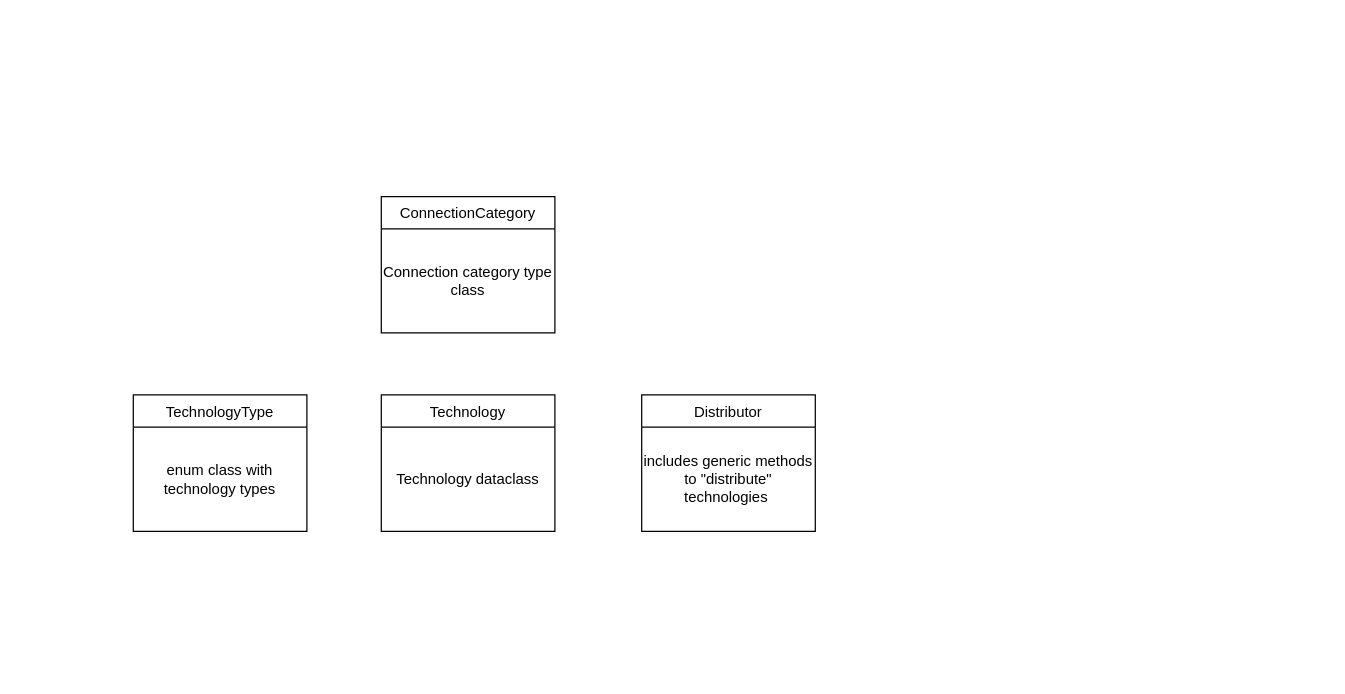
Before: Untitled Diagram.drawio in rubenverweij/std_setiam_uml, a draw.io diagram. Source tidied: cells renumbered, new cells numbered last; positions are measured from the earlier drawing's top-left corner, leaving out a move shared by most shapes. Both pictures are drawn from the tidied source at 124%, with x=0, y=0 at pixel (133, 196).
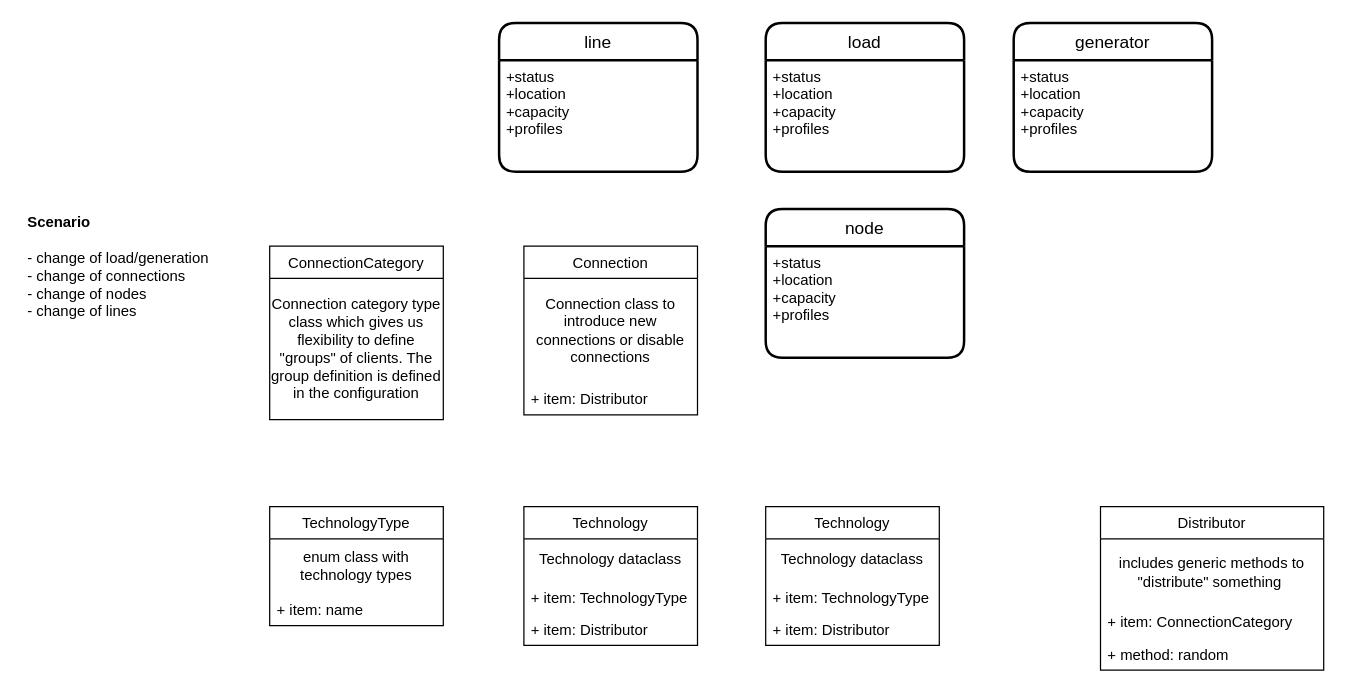
Above is the later version.

The edit, as a diff of the source:
```diff
@@
     <mxCell id="2" value="Distributor" style="swimlane;fontStyle=0;horizontal=1;startSize=26;fillColor=none;" parent="1" vertex="1">
-      <mxGeometry x="410" y="160" width="140" height="110" as="geometry" />
+      <mxGeometry x="780" y="250" width="180" height="132" as="geometry" />
     </mxCell>
-    <mxCell id="3" value="&lt;div align=&quot;center&quot;&gt;includes generic methods to &quot;distribute&quot; technologies&amp;nbsp; &lt;/div&gt;" style="text;html=1;strokeColor=none;fillColor=none;align=center;verticalAlign=middle;whiteSpace=wrap;rounded=0;" parent="2" vertex="1">
-      <mxGeometry y="26" width="140" height="84" as="geometry" />
+    <mxCell id="3" value="&lt;div align=&quot;center&quot;&gt;includes generic methods to &quot;distribute&quot; something&amp;nbsp; &lt;/div&gt;" style="text;html=1;strokeColor=none;fillColor=none;align=center;verticalAlign=middle;whiteSpace=wrap;rounded=0;" parent="2" vertex="1">
+      <mxGeometry y="26" width="180" height="54" as="geometry" />
     </mxCell>
+    <mxCell id="10" value="+ item: ConnectionCategory" style="text;strokeColor=none;fillColor=none;align=left;verticalAlign=top;spacingLeft=4;spacingRight=4;overflow=hidden;" parent="2" vertex="1">
+      <mxGeometry y="80" width="180" height="26" as="geometry" />
+    </mxCell>
+    <mxCell id="11" value="+ method: random" style="text;strokeColor=none;fillColor=none;align=left;verticalAlign=top;spacingLeft=4;spacingRight=4;overflow=hidden;" parent="2" vertex="1">
+      <mxGeometry y="106" width="180" height="26" as="geometry" />
+    </mxCell>
     <mxCell id="4" value="TechnologyType" style="swimlane;fontStyle=0;horizontal=1;startSize=26;fillColor=none;" parent="1" vertex="1">
-      <mxGeometry y="160" width="140" height="110" as="geometry" />
+      <mxGeometry x="110" y="250" width="140" height="96" as="geometry" />
     </mxCell>
     <mxCell id="5" value="enum class with technology types" style="text;html=1;strokeColor=none;fillColor=none;align=center;verticalAlign=middle;whiteSpace=wrap;rounded=0;" parent="4" vertex="1">
-      <mxGeometry y="26" width="140" height="84" as="geometry" />
+      <mxGeometry y="26" width="140" height="44" as="geometry" />
     </mxCell>
+    <mxCell id="12" value="+ item: name" style="text;strokeColor=none;fillColor=none;align=left;verticalAlign=top;spacingLeft=4;spacingRight=4;overflow=hidden;" parent="4" vertex="1">
+      <mxGeometry y="70" width="140" height="26" as="geometry" />
+    </mxCell>
     <mxCell id="6" value="ConnectionCategory" style="swimlane;fontStyle=0;horizontal=1;startSize=26;fillColor=none;" parent="1" vertex="1">
-      <mxGeometry x="200" width="140" height="110" as="geometry" />
+      <mxGeometry x="110" y="40" width="140" height="140" as="geometry" />
     </mxCell>
-    <mxCell id="7" value="Connection category type class" style="text;html=1;strokeColor=none;fillColor=none;align=center;verticalAlign=middle;whiteSpace=wrap;rounded=0;" parent="6" vertex="1">
-      <mxGeometry y="26" width="140" height="84" as="geometry" />
+    <mxCell id="7" value="Connection category type class which gives us flexibility to define &quot;groups&quot; of clients. The group definition is defined in the configuration" style="text;html=1;strokeColor=none;fillColor=none;align=center;verticalAlign=middle;whiteSpace=wrap;rounded=0;" parent="6" vertex="1">
+      <mxGeometry y="26" width="140" height="114" as="geometry" />
     </mxCell>
     <mxCell id="8" value="Technology" style="swimlane;fontStyle=0;horizontal=1;startSize=26;fillColor=none;" parent="1" vertex="1">
-      <mxGeometry x="200" y="160" width="140" height="110" as="geometry" />
+      <mxGeometry x="315" y="250" width="140" height="112" as="geometry" />
     </mxCell>
     <mxCell id="9" value="Technology dataclass" style="text;html=1;strokeColor=none;fillColor=none;align=center;verticalAlign=middle;whiteSpace=wrap;rounded=0;" parent="8" vertex="1">
-      <mxGeometry y="26" width="140" height="84" as="geometry" />
+      <mxGeometry y="26" width="140" height="34" as="geometry" />
     </mxCell>
+    <mxCell id="13" value="+ item: TechnologyType" style="text;strokeColor=none;fillColor=none;align=left;verticalAlign=top;spacingLeft=4;spacingRight=4;overflow=hidden;" parent="8" vertex="1">
+      <mxGeometry y="60" width="140" height="26" as="geometry" />
+    </mxCell>
+    <mxCell id="14" value="+ item: Distributor" style="text;strokeColor=none;fillColor=none;align=left;verticalAlign=top;spacingLeft=4;spacingRight=4;overflow=hidden;" parent="8" vertex="1">
+      <mxGeometry y="86" width="140" height="26" as="geometry" />
+    </mxCell>
+    <mxCell id="15" value="&lt;div&gt;&lt;br&gt;&lt;/div&gt;&lt;div&gt;&lt;b&gt;Scenario&lt;/b&gt;&lt;/div&gt;&lt;div&gt;&lt;br&gt;&lt;/div&gt;&lt;div&gt;- change of load/generation &lt;br&gt;&lt;/div&gt;&lt;div&gt;- change of connections&lt;/div&gt;&lt;div&gt;- change of nodes&lt;/div&gt;&lt;div&gt;- change of lines&lt;br&gt;&lt;/div&gt;&lt;div&gt;&lt;br&gt;&lt;/div&gt;&lt;div&gt;&lt;br&gt;&lt;/div&gt;" style="text;html=1;strokeColor=none;fillColor=none;spacing=5;spacingTop=-20;whiteSpace=wrap;overflow=hidden;rounded=0;" parent="1" vertex="1">
+      <mxGeometry x="-90" y="10" width="190" height="120" as="geometry" />
+    </mxCell>
+    <mxCell id="16" value="Connection" style="swimlane;fontStyle=0;horizontal=1;startSize=26;fillColor=none;" parent="1" vertex="1">
+      <mxGeometry x="315" y="40" width="140" height="136" as="geometry" />
+    </mxCell>
+    <mxCell id="17" value="Connection class to introduce new connections or disable connections" style="text;html=1;strokeColor=none;fillColor=none;align=center;verticalAlign=middle;whiteSpace=wrap;rounded=0;" parent="16" vertex="1">
+      <mxGeometry y="26" width="140" height="84" as="geometry" />
+    </mxCell>
+    <mxCell id="18" value="+ item: Distributor" style="text;strokeColor=none;fillColor=none;align=left;verticalAlign=top;spacingLeft=4;spacingRight=4;overflow=hidden;" parent="16" vertex="1">
+      <mxGeometry y="110" width="140" height="26" as="geometry" />
+    </mxCell>
+    <mxCell id="19" value="Technology" style="swimlane;fontStyle=0;horizontal=1;startSize=26;fillColor=none;" parent="1" vertex="1">
+      <mxGeometry x="510" y="250" width="140" height="112" as="geometry" />
+    </mxCell>
+    <mxCell id="20" value="Technology dataclass" style="text;html=1;strokeColor=none;fillColor=none;align=center;verticalAlign=middle;whiteSpace=wrap;rounded=0;" parent="19" vertex="1">
+      <mxGeometry y="26" width="140" height="34" as="geometry" />
+    </mxCell>
+    <mxCell id="21" value="+ item: TechnologyType" style="text;strokeColor=none;fillColor=none;align=left;verticalAlign=top;spacingLeft=4;spacingRight=4;overflow=hidden;" parent="19" vertex="1">
+      <mxGeometry y="60" width="140" height="26" as="geometry" />
+    </mxCell>
+    <mxCell id="22" value="+ item: Distributor" style="text;strokeColor=none;fillColor=none;align=left;verticalAlign=top;spacingLeft=4;spacingRight=4;overflow=hidden;" parent="19" vertex="1">
+      <mxGeometry y="86" width="140" height="26" as="geometry" />
+    </mxCell>
+    <mxCell id="23" value="load" style="swimlane;horizontal=1;startSize=30;rounded=1;fontSize=14;fontStyle=0;strokeWidth=2;shadow=0;dashed=0;align=center;" parent="1" vertex="1">
+      <mxGeometry x="510" y="-140" width="160" height="120" as="geometry" />
+    </mxCell>
+    <mxCell id="24" value="+status&#10;+location&#10;+capacity&#10;+profiles&#10;" style="align=left;strokeColor=none;fillColor=none;spacingLeft=4;fontSize=12;verticalAlign=top;" parent="23" vertex="1">
+      <mxGeometry y="30" width="160" height="90" as="geometry" />
+    </mxCell>
+    <mxCell id="25" value="generator" style="swimlane;horizontal=1;startSize=30;rounded=1;fontSize=14;fontStyle=0;strokeWidth=2;shadow=0;dashed=0;align=center;" parent="1" vertex="1">
+      <mxGeometry x="710" y="-140" width="160" height="120" as="geometry" />
+    </mxCell>
+    <mxCell id="26" value="+status&#10;+location&#10;+capacity&#10;+profiles&#10;" style="align=left;strokeColor=none;fillColor=none;spacingLeft=4;fontSize=12;verticalAlign=top;" parent="25" vertex="1">
+      <mxGeometry y="30" width="160" height="90" as="geometry" />
+    </mxCell>
+    <mxCell id="27" value="&#10;" style="align=left;strokeColor=none;fillColor=none;spacingLeft=4;fontSize=12;verticalAlign=top;" parent="25" vertex="1">
+      <mxGeometry y="120" width="160" as="geometry" />
+    </mxCell>
+    <mxCell id="28" value="line" style="swimlane;horizontal=1;startSize=30;rounded=1;fontSize=14;fontStyle=0;strokeWidth=2;shadow=0;dashed=0;align=center;" parent="1" vertex="1">
+      <mxGeometry x="295" y="-140" width="160" height="120" as="geometry" />
+    </mxCell>
+    <mxCell id="29" value="+status&#10;+location&#10;+capacity&#10;+profiles&#10;" style="align=left;strokeColor=none;fillColor=none;spacingLeft=4;fontSize=12;verticalAlign=top;" parent="28" vertex="1">
+      <mxGeometry y="30" width="160" height="90" as="geometry" />
+    </mxCell>
+    <mxCell id="30" value="node" style="swimlane;horizontal=1;startSize=30;rounded=1;fontSize=14;fontStyle=0;strokeWidth=2;shadow=0;dashed=0;align=center;" parent="1" vertex="1">
+      <mxGeometry x="510" y="10" width="160" height="120" as="geometry" />
+    </mxCell>
+    <mxCell id="31" value="+status&#10;+location&#10;+capacity&#10;+profiles&#10;" style="align=left;strokeColor=none;fillColor=none;spacingLeft=4;fontSize=12;verticalAlign=top;" parent="30" vertex="1">
+      <mxGeometry y="30" width="160" height="90" as="geometry" />
+    </mxCell>
```
